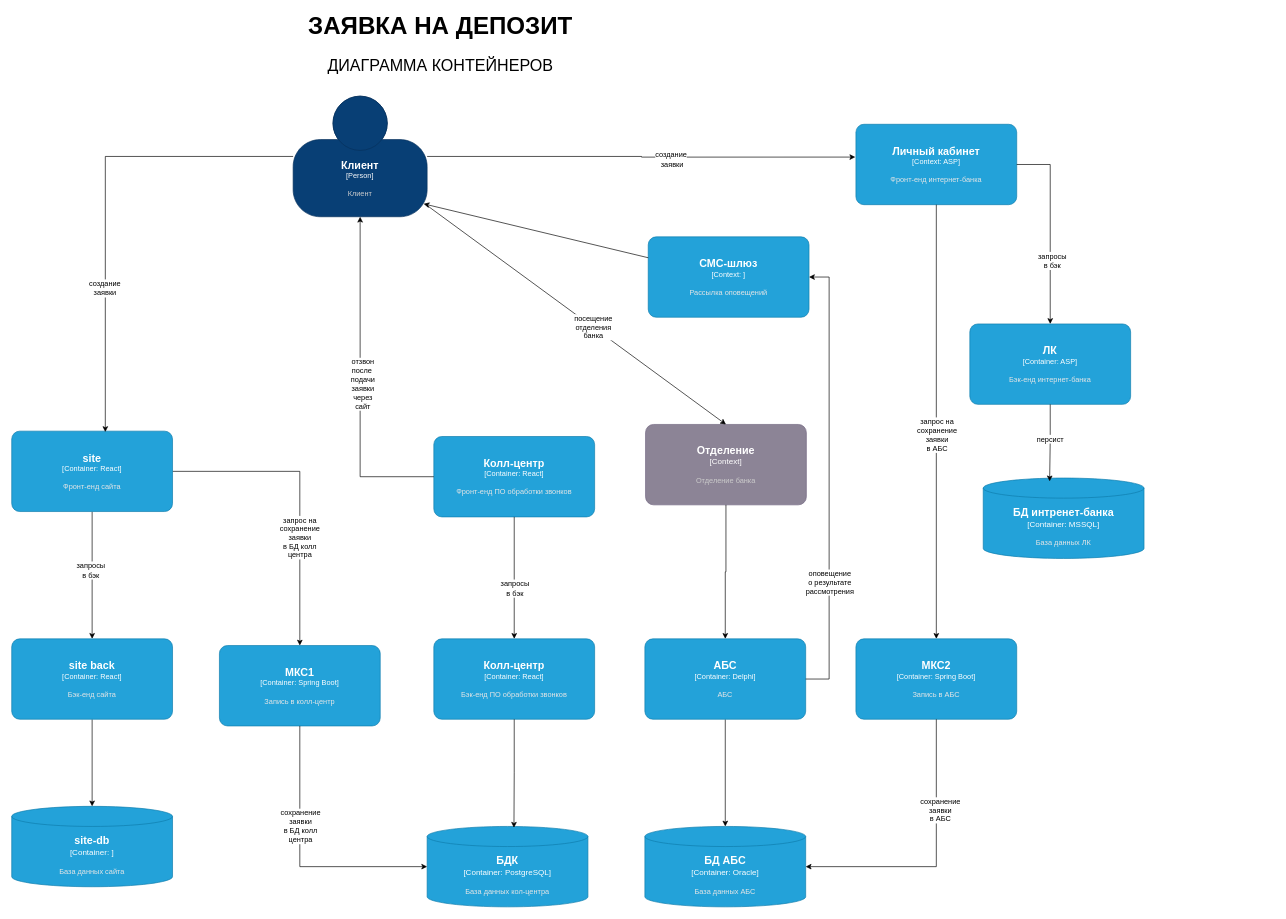
gyngazov/architecture-sprint-9 keeps this draw.io diagram as Exc3/deposit.containers.drawio. Above is the earlier version. Source tidied: cells renumbered, new cells numbered last; positions are measured from the earlier drawing's top-left corner, leaving out a move shared by most shapes. Both pictures are drawn from the tidied source at 67%, with x=0, y=0 at pixel (11, 15).
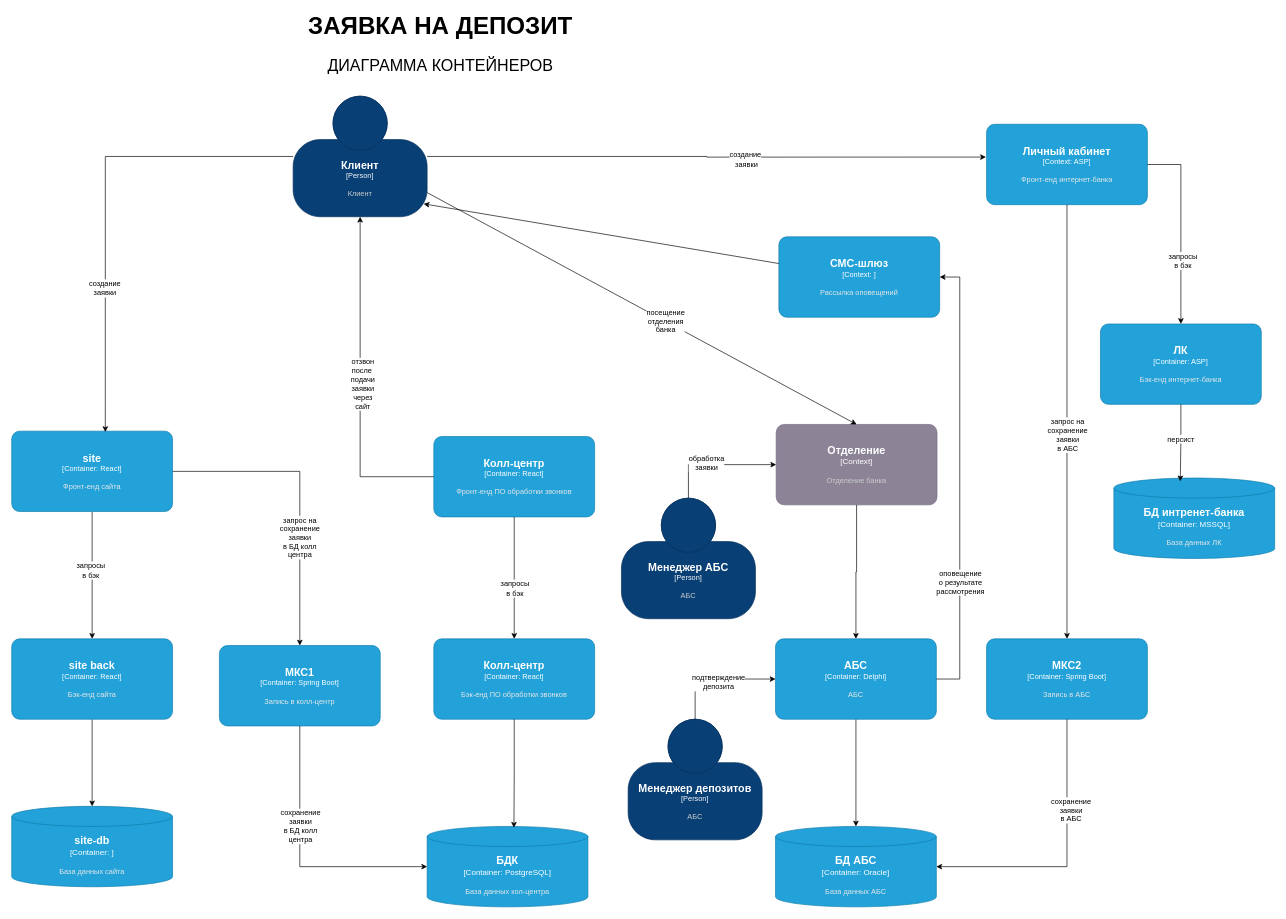
After the change.

What changed in the source:
```diff
@@
     <object id="12" label="&lt;font style=&quot;font-size: 16px&quot;&gt;&lt;b&gt;%c4Name%&lt;/b&gt;&lt;/font&gt;&lt;div&gt;[%c4Type%: %c4Technology%]&lt;/div&gt;&lt;br&gt;&lt;div&gt;&lt;font style=&quot;font-size: 11px&quot;&gt;&lt;font color=&quot;#E6E6E6&quot;&gt;%c4Description%&lt;/font&gt;&lt;/div&gt;" c4Description="Фронт-енд интернет-банка" c4Name="Личный кабинет" c4Technology="ASP" c4Type="Context" placeholders="1">
       <mxCell style="rounded=1;whiteSpace=wrap;html=1;fontSize=11;labelBackgroundColor=none;fillColor=#23A2D9;fontColor=#ffffff;align=center;arcSize=10;strokeColor=#0E7DAD;points=[[0.25,0,0],[0.5,0,0],[0.75,0,0],[1,0.25,0],[1,0.5,0],[1,0.75,0],[0.75,1,0],[0.5,1,0],[0.25,1,0],[0,0.75,0],[0,0.5,0],[0,0.25,0]];" parent="1" vertex="1">
-        <mxGeometry x="1260" y="162" width="240" height="120" as="geometry" />
+        <mxGeometry x="1455" y="162" width="240" height="120" as="geometry" />
       </mxCell>
     </object>
@@
     <object id="16" label="&lt;font style=&quot;font-size: 16px&quot;&gt;&lt;b&gt;%c4Name%&lt;/b&gt;&lt;/font&gt;&lt;div&gt;[%c4Type%: %c4Technology%]&lt;/div&gt;&lt;br&gt;&lt;div&gt;&lt;font style=&quot;font-size: 11px&quot;&gt;&lt;font color=&quot;#E6E6E6&quot;&gt;%c4Description%&lt;/font&gt;&lt;/div&gt;" c4Description="Рассылка оповещений" c4Name="СМС-шлюз" c4Technology="" c4Type="Context" placeholders="1">
       <mxCell style="rounded=1;whiteSpace=wrap;html=1;fontSize=11;labelBackgroundColor=none;fillColor=#23A2D9;fontColor=#ffffff;align=center;arcSize=10;strokeColor=#0E7DAD;points=[[0.25,0,0],[0.5,0,0],[0.75,0,0],[1,0.25,0],[1,0.5,0],[1,0.75,0],[0.75,1,0],[0.5,1,0],[0.25,1,0],[0,0.75,0],[0,0.5,0],[0,0.25,0]];" parent="1" vertex="1">
-        <mxGeometry x="950" y="330" width="240" height="120" as="geometry" />
+        <mxGeometry x="1145" y="330" width="240" height="120" as="geometry" />
       </mxCell>
     </object>
@@
     <object id="18" label="&lt;font style=&quot;font-size: 16px&quot;&gt;&lt;b&gt;%c4Name%&lt;/b&gt;&lt;/font&gt;&lt;div&gt;[%c4Type%]&lt;/div&gt;&lt;br&gt;&lt;div&gt;&lt;font style=&quot;font-size: 11px&quot;&gt;&lt;font color=&quot;#cccccc&quot;&gt;%c4Description%&lt;/font&gt;&lt;/div&gt;" c4Description="Отделение банка" c4Name="Отделение" c4Type="Context" placeholders="1">
       <mxCell style="rounded=1;whiteSpace=wrap;html=1;labelBackgroundColor=none;fillColor=#8C8496;fontColor=#ffffff;align=center;arcSize=10;strokeColor=#736782;points=[[0.25,0,0],[0.5,0,0],[0.75,0,0],[1,0.25,0],[1,0.5,0],[1,0.75,0],[0.75,1,0],[0.5,1,0],[0.25,1,0],[0,0.75,0],[0,0.5,0],[0,0.25,0]];" parent="1" vertex="1">
-        <mxGeometry x="946" y="610" width="240" height="120" as="geometry" />
+        <mxGeometry x="1141" y="610" width="240" height="120" as="geometry" />
       </mxCell>
     </object>
@@
     <object id="27" label="&lt;font style=&quot;font-size: 16px&quot;&gt;&lt;b&gt;%c4Name%&lt;/b&gt;&lt;/font&gt;&lt;div&gt;[%c4Type%: %c4Technology%]&lt;/div&gt;&lt;br&gt;&lt;div&gt;&lt;font style=&quot;font-size: 11px&quot;&gt;&lt;font color=&quot;#E6E6E6&quot;&gt;%c4Description%&lt;/font&gt;&lt;/div&gt;" c4Description="Бэк-енд интернет-банка" c4Name="ЛК" c4Technology="ASP" c4Type="Container" placeholders="1">
       <mxCell style="rounded=1;whiteSpace=wrap;html=1;fontSize=11;labelBackgroundColor=none;fillColor=#23A2D9;fontColor=#ffffff;align=center;arcSize=10;strokeColor=#0E7DAD;points=[[0.25,0,0],[0.5,0,0],[0.75,0,0],[1,0.25,0],[1,0.5,0],[1,0.75,0],[0.75,1,0],[0.5,1,0],[0.25,1,0],[0,0.75,0],[0,0.5,0],[0,0.25,0]];" parent="1" vertex="1">
-        <mxGeometry x="1430" y="460" width="240" height="120" as="geometry" />
+        <mxGeometry x="1625" y="460" width="240" height="120" as="geometry" />
       </mxCell>
     </object>
@@
     <object id="37" label="&lt;font style=&quot;font-size: 16px&quot;&gt;&lt;b&gt;%c4Name%&lt;/b&gt;&lt;/font&gt;&lt;div&gt;[%c4Type%: %c4Technology%]&lt;/div&gt;&lt;br&gt;&lt;div&gt;&lt;font style=&quot;font-size: 11px&quot;&gt;&lt;font color=&quot;#E6E6E6&quot;&gt;%c4Description%&lt;/font&gt;&lt;/div&gt;" c4Description="Запись в АБС" c4Name="МКС2" c4Technology="Spring Boot" c4Type="Container" placeholders="1">
       <mxCell style="rounded=1;whiteSpace=wrap;html=1;fontSize=11;labelBackgroundColor=none;fillColor=#23A2D9;fontColor=#ffffff;align=center;arcSize=10;strokeColor=#0E7DAD;points=[[0.25,0,0],[0.5,0,0],[0.75,0,0],[1,0.25,0],[1,0.5,0],[1,0.75,0],[0.75,1,0],[0.5,1,0],[0.25,1,0],[0,0.75,0],[0,0.5,0],[0,0.25,0]];" parent="1" vertex="1">
-        <mxGeometry x="1260" y="930" width="240" height="120" as="geometry" />
+        <mxGeometry x="1455" y="930" width="240" height="120" as="geometry" />
       </mxCell>
     </object>
     <object id="38" label="&lt;font style=&quot;font-size: 16px&quot;&gt;&lt;b&gt;%c4Name%&lt;/b&gt;&lt;/font&gt;&lt;div&gt;[%c4Type%:&amp;nbsp;%c4Technology%]&lt;/div&gt;&lt;br&gt;&lt;div&gt;&lt;font style=&quot;font-size: 11px&quot;&gt;&lt;font color=&quot;#E6E6E6&quot;&gt;%c4Description%&lt;/font&gt;&lt;/div&gt;" c4Description="База данных ЛК" c4Name="БД интренет-банка" c4Technology="MSSQL" c4Type="Container" placeholders="1">
       <mxCell style="shape=cylinder3;size=15;whiteSpace=wrap;html=1;boundedLbl=1;rounded=0;labelBackgroundColor=none;fillColor=#23A2D9;fontSize=12;fontColor=#ffffff;align=center;strokeColor=#0E7DAD;points=[[0.5,0,0],[1,0.25,0],[1,0.5,0],[1,0.75,0],[0.5,1,0],[0,0.75,0],[0,0.5,0],[0,0.25,0]];" parent="1" vertex="1">
-        <mxGeometry x="1450" y="690" width="240" height="120" as="geometry" />
+        <mxGeometry x="1645" y="690" width="240" height="120" as="geometry" />
       </mxCell>
     </object>
@@
     <object id="42" label="&lt;font style=&quot;font-size: 16px&quot;&gt;&lt;b&gt;%c4Name%&lt;/b&gt;&lt;/font&gt;&lt;div&gt;[%c4Type%: %c4Technology%]&lt;/div&gt;&lt;br&gt;&lt;div&gt;&lt;font style=&quot;font-size: 11px&quot;&gt;&lt;font color=&quot;#E6E6E6&quot;&gt;%c4Description%&lt;/font&gt;&lt;/div&gt;" c4Description="АБС" c4Name="АБС" c4Technology="Delphi" c4Type="Container" placeholders="1">
       <mxCell style="rounded=1;whiteSpace=wrap;html=1;fontSize=11;labelBackgroundColor=none;fillColor=#23A2D9;fontColor=#ffffff;align=center;arcSize=10;strokeColor=#0E7DAD;points=[[0.25,0,0],[0.5,0,0],[0.75,0,0],[1,0.25,0],[1,0.5,0],[1,0.75,0],[0.75,1,0],[0.5,1,0],[0.25,1,0],[0,0.75,0],[0,0.5,0],[0,0.25,0]];" parent="1" vertex="1">
-        <mxGeometry x="945" y="930" width="240" height="120" as="geometry" />
+        <mxGeometry x="1140" y="930" width="240" height="120" as="geometry" />
       </mxCell>
     </object>
     <object id="43" label="&lt;font style=&quot;font-size: 16px&quot;&gt;&lt;b&gt;%c4Name%&lt;/b&gt;&lt;/font&gt;&lt;div&gt;[%c4Type%:&amp;nbsp;%c4Technology%]&lt;/div&gt;&lt;br&gt;&lt;div&gt;&lt;font style=&quot;font-size: 11px&quot;&gt;&lt;font color=&quot;#E6E6E6&quot;&gt;%c4Description%&lt;/font&gt;&lt;/div&gt;" c4Description="База данных АБС" c4Name="БД АБС" c4Technology="Oracle" c4Type="Container" placeholders="1">
       <mxCell style="shape=cylinder3;size=15;whiteSpace=wrap;html=1;boundedLbl=1;rounded=0;labelBackgroundColor=none;fillColor=#23A2D9;fontSize=12;fontColor=#ffffff;align=center;strokeColor=#0E7DAD;points=[[0.5,0,0],[1,0.25,0],[1,0.5,0],[1,0.75,0],[0.5,1,0],[0,0.75,0],[0,0.5,0],[0,0.25,0]];" parent="1" vertex="1">
-        <mxGeometry x="945" y="1210" width="240" height="120" as="geometry" />
+        <mxGeometry x="1140" y="1210" width="240" height="120" as="geometry" />
       </mxCell>
     </object>
@@
     <mxCell id="49" style="edgeStyle=orthogonalEdgeStyle;rounded=0;jettySize=auto;html=1;entryX=1;entryY=0.5;entryDx=0;entryDy=0;entryPerimeter=0;exitX=1;exitY=0.5;exitDx=0;exitDy=0;exitPerimeter=0;" parent="1" edge="1" source="42" target="16">
       <mxGeometry relative="1" as="geometry">
         <Array as="points">
-          <mxPoint x="1220" y="990" />
-          <mxPoint x="1220" y="390" />
+          <mxPoint x="1415" y="990" />
+          <mxPoint x="1415" y="390" />
         </Array>
       </mxGeometry>
     </mxCell>
@@
+    <mxCell id="51" style="edgeStyle=orthogonalEdgeStyle;rounded=0;jettySize=auto;html=1;exitX=0.5;exitY=0;exitDx=0;exitDy=0;exitPerimeter=0;" parent="1" edge="1" source="53" target="18">
+      <mxGeometry relative="1" as="geometry" />
+    </mxCell>
+    <mxCell id="52" value="обработка&lt;div&gt;заявки&lt;/div&gt;" style="edgeLabel;html=1;align=center;verticalAlign=middle;" parent="51" vertex="1">
+      <mxGeometry x="-0.16" y="3" relative="1" as="geometry" />
+    </mxCell>
+    <object id="53" label="&lt;font style=&quot;font-size: 16px&quot;&gt;&lt;b&gt;%c4Name%&lt;/b&gt;&lt;/font&gt;&lt;div&gt;[%c4Type%]&lt;/div&gt;&lt;br&gt;&lt;div&gt;&lt;font style=&quot;font-size: 11px&quot;&gt;&lt;font color=&quot;#cccccc&quot;&gt;%c4Description%&lt;/font&gt;&lt;/div&gt;" c4Description="АБС" c4Name="Менеджер АБС" c4Type="Person" placeholders="1">
+      <mxCell style="html=1;fontSize=11;dashed=0;whiteSpace=wrap;fillColor=#083F75;strokeColor=#06315C;fontColor=#ffffff;shape=mxgraph.c4.person2;align=center;points=[[0.5,0,0],[1,0.5,0],[1,0.75,0],[0.75,1,0],[0.5,1,0],[0.25,1,0],[0,0.75,0],[0,0.5,0]];" parent="1" vertex="1">
+        <mxGeometry x="910" y="720" width="200" height="180" as="geometry" />
+      </mxCell>
+    </object>
+    <object id="54" label="&lt;font style=&quot;font-size: 16px&quot;&gt;&lt;b&gt;%c4Name%&lt;/b&gt;&lt;/font&gt;&lt;div&gt;[%c4Type%]&lt;/div&gt;&lt;br&gt;&lt;div&gt;&lt;font style=&quot;font-size: 11px&quot;&gt;&lt;font color=&quot;#cccccc&quot;&gt;%c4Description%&lt;/font&gt;&lt;/div&gt;" c4Description="АБС" c4Name="Менеджер депозитов" c4Type="Person" placeholders="1">
+      <mxCell style="html=1;fontSize=11;dashed=0;whiteSpace=wrap;fillColor=#083F75;strokeColor=#06315C;fontColor=#ffffff;shape=mxgraph.c4.person2;align=center;points=[[0.5,0,0],[1,0.5,0],[1,0.75,0],[0.75,1,0],[0.5,1,0],[0.25,1,0],[0,0.75,0],[0,0.5,0]];" parent="1" vertex="1">
+        <mxGeometry x="920" y="1050" width="200" height="180" as="geometry" />
+      </mxCell>
+    </object>
+    <mxCell id="55" style="edgeStyle=orthogonalEdgeStyle;rounded=0;jettySize=auto;html=1;entryX=0;entryY=0.5;entryDx=0;entryDy=0;entryPerimeter=0;exitX=0.5;exitY=0;exitDx=0;exitDy=0;exitPerimeter=0;" parent="1" edge="1" source="54" target="42">
+      <mxGeometry relative="1" as="geometry" />
+    </mxCell>
+    <mxCell id="56" value="подтверждение&lt;div&gt;депозита&lt;/div&gt;" style="edgeLabel;html=1;align=center;verticalAlign=middle;" parent="55" vertex="1">
+      <mxGeometry x="0.04" y="-4" relative="1" as="geometry" />
+    </mxCell>
```
